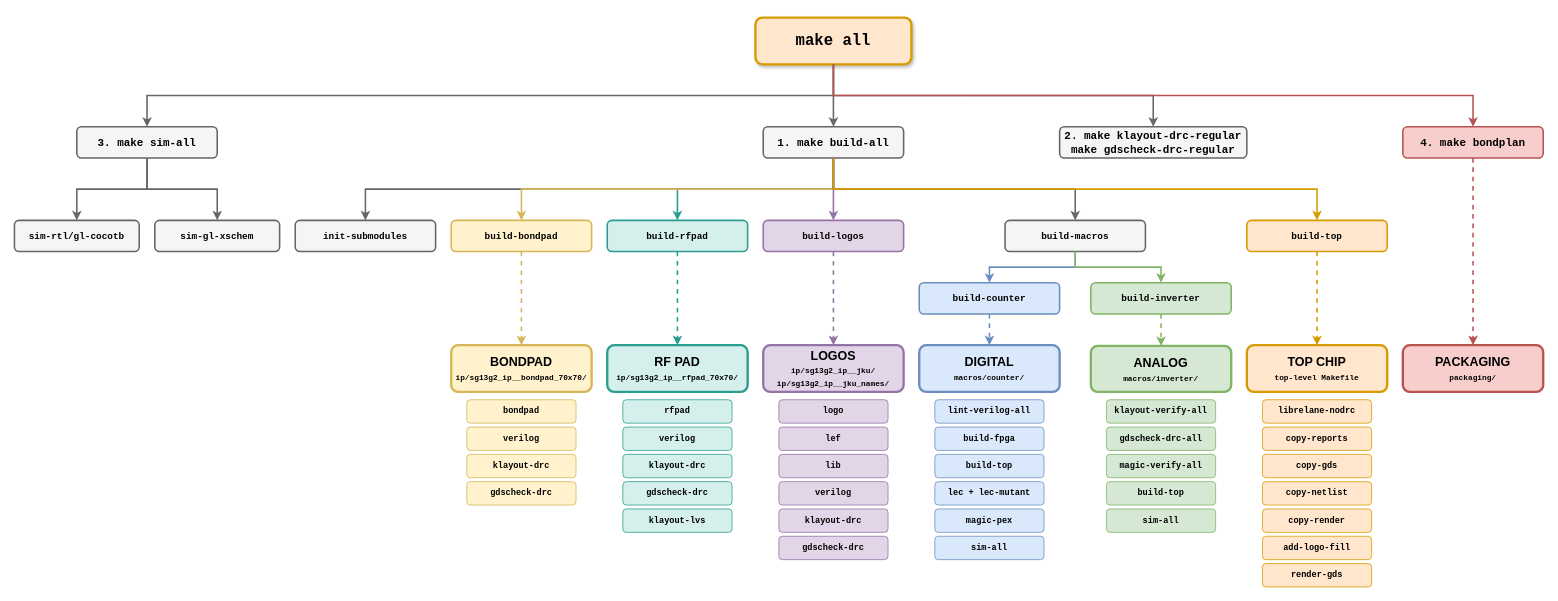
This is tutorial/fig/targets_overview/targets_overview.drawio from iic-jku/ihp-sg13g2-ams-chip-template, a draw.io file, before an edit. Source tidied: cells renumbered, new cells numbered last; positions are measured from the earlier drawing's top-left corner, leaving out a move shared by most shapes. Both pictures are drawn from the tidied source at 78%, with x=0, y=0 at pixel (14, 17).
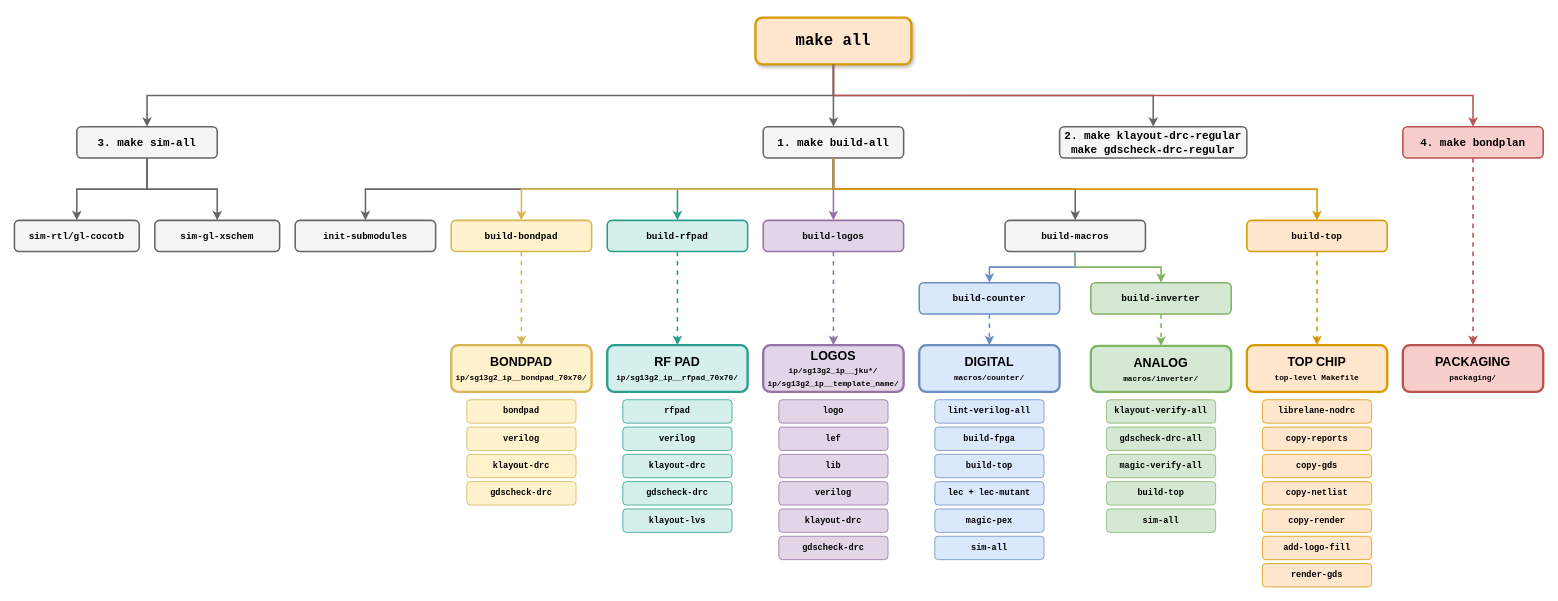
The same page after the edit.

The edit, as a diff of the source:
```diff
@@
-    <mxCell id="27" value="&lt;b style=&quot;font-size: 16px;&quot;&gt;LOGOS&lt;/b&gt;&lt;br&gt;&lt;font style=&quot;font-size: 10px;font-family: Courier New;&quot;&gt;ip/sg13g2_ip__jku/&lt;br&gt;ip/sg13g2_ip__jku_names/&lt;/font&gt;" style="rounded=1;whiteSpace=wrap;html=1;fontSize=14;fillColor=#e1d5e7;strokeColor=#9673a6;strokeWidth=3;fontStyle=1;verticalAlign=middle;sketch=0;" parent="1" vertex="1">
+    <mxCell id="27" value="&lt;b style=&quot;font-size: 16px;&quot;&gt;LOGOS&lt;/b&gt;&lt;br&gt;&lt;font style=&quot;font-size: 10px;font-family: Courier New;&quot;&gt;ip/sg13g2_ip__jku*/&lt;br&gt;ip/sg13g2_ip__template_name/&lt;/font&gt;" style="rounded=1;whiteSpace=wrap;html=1;fontSize=14;fillColor=#e1d5e7;strokeColor=#9673a6;strokeWidth=3;fontStyle=1;verticalAlign=middle;sketch=0;" parent="1" vertex="1">
       <mxGeometry x="960" y="420" width="180" height="60" as="geometry" />
     </mxCell>
```
